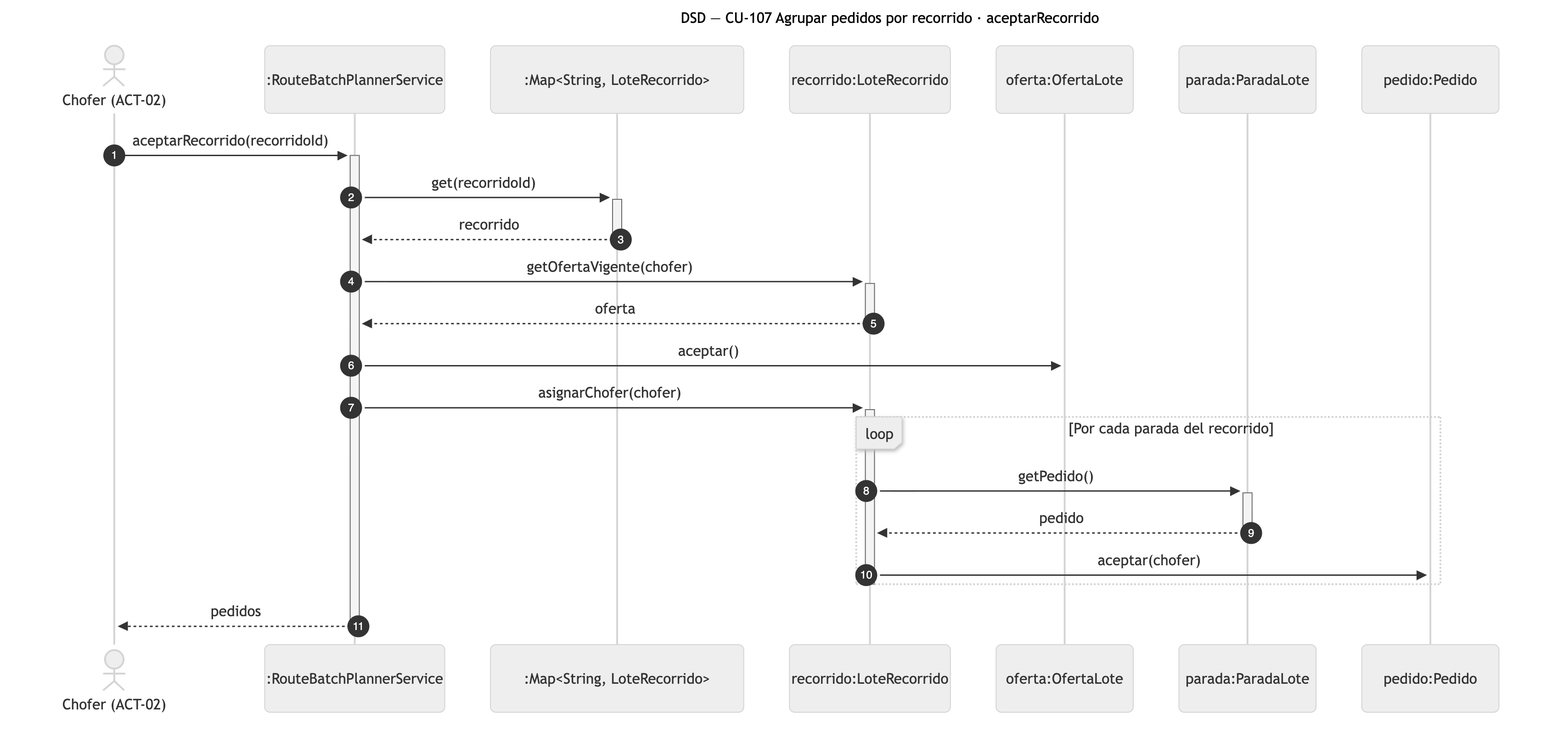
Nahuelito-Dev/splg-docs keeps this Mermaid diagram as diagramas/png/DSD_CU-107_aceptarRecorrido.png. Above is the earlier version. Its source is kept beside it as diagramas/DSD_CU-107_aceptarRecorrido.mmd.
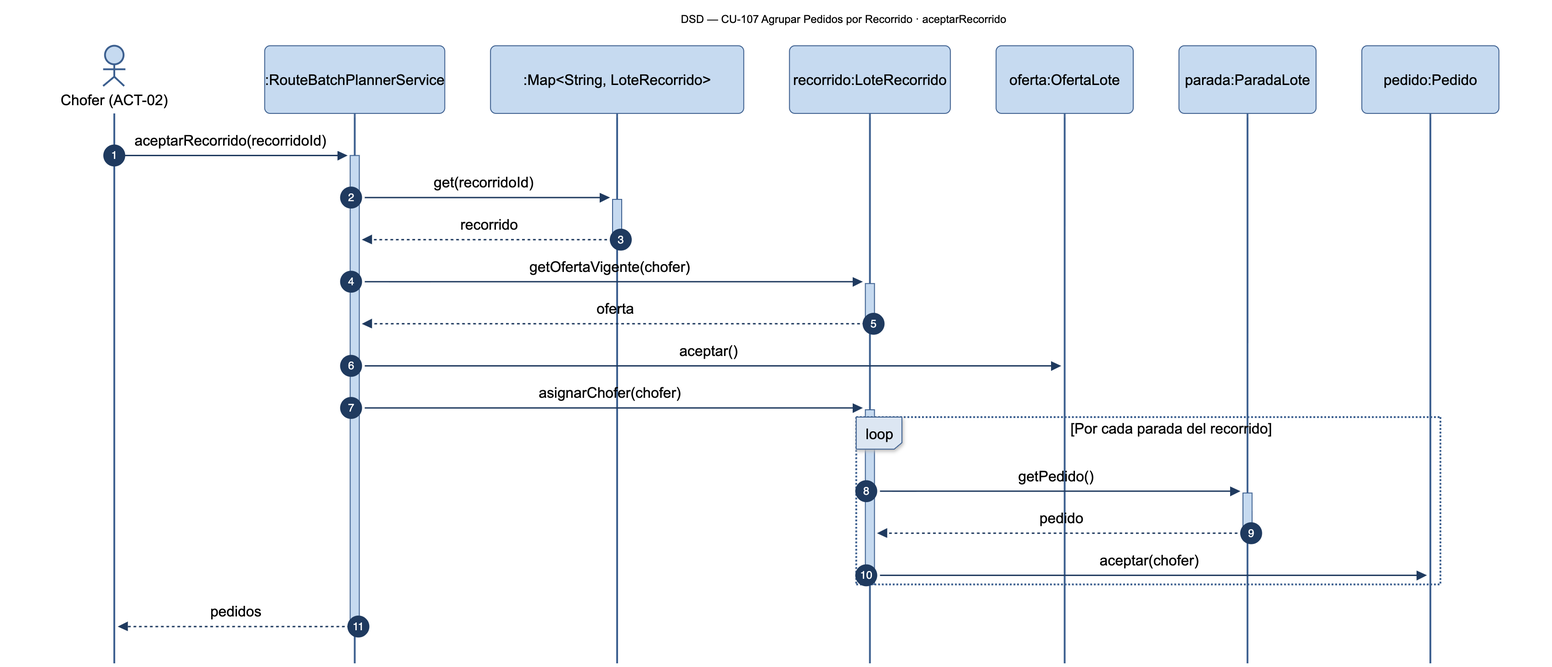
After the change.

What changed in the source:
```diff
@@ -1,5 +1,5 @@
 sequenceDiagram
-    title DSD — CU-107 Agrupar pedidos por recorrido · aceptarRecorrido
+    title DSD — CU-107 Agrupar Pedidos por Recorrido · aceptarRecorrido
     autonumber
     actor CHF as Chofer (ACT-02)
     participant SRV as :RouteBatchPlannerService
```
